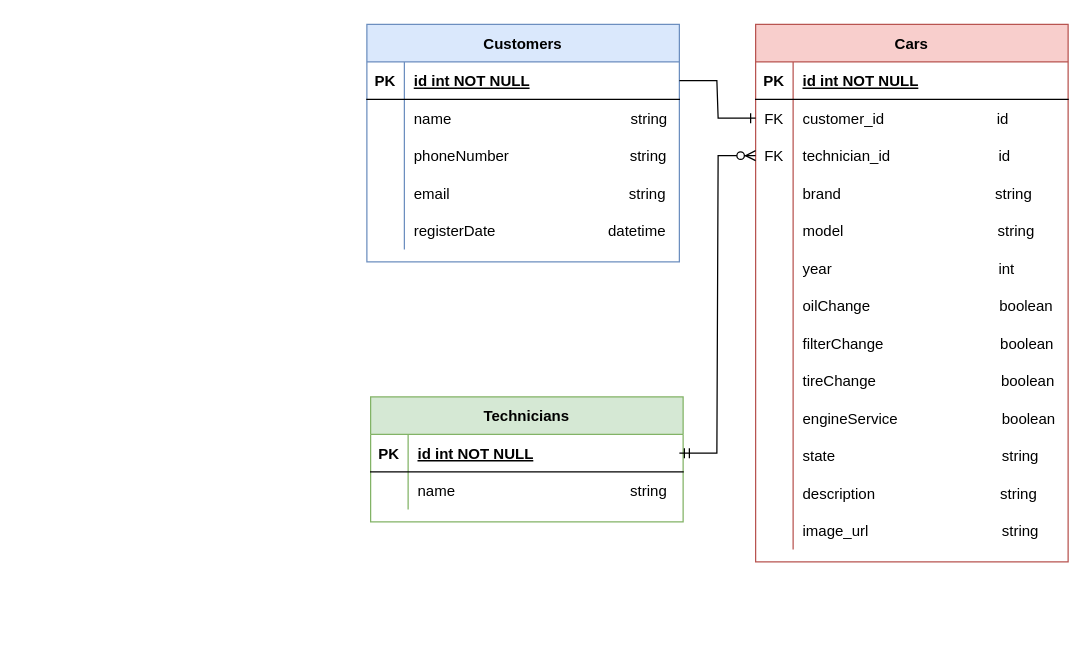
Before: dokumentacia/xsoradj_xlanik_databazovyModel1.drawio in Serginko/xsoradj_xlanik_backend, a draw.io diagram. Source tidied: cells renumbered, new cells numbered last; positions are measured from the earlier drawing's top-left corner, leaving out a move shared by most shapes. Both pictures are drawn from the tidied source at 125%, with x=0, y=0 at pixel (366, 24).
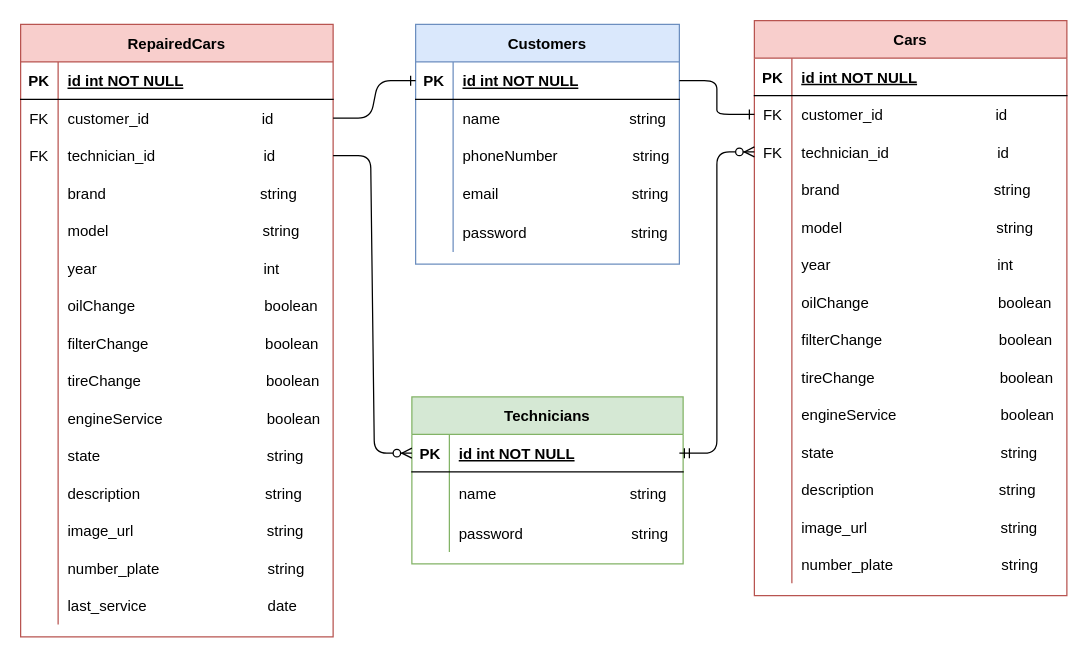
Above is the later version.

Unchanged cells that the change refers to:
```xml
<mxCell id="13" style="shape=partialRectangle;fillColor=none;points=[[0,0.5],[1,0.5]];portConstraint=eastwest;top=0;left=0;right=0;bottom=0;" parent="9" vertex="1">
  <mxGeometry y="60" width="250" height="30" as="geometry" />
</mxCell>
<mxCell id="16" style="shape=partialRectangle;fillColor=none;points=[[0,0.5],[1,0.5]];portConstraint=eastwest;top=0;left=0;right=0;bottom=0;" parent="9" vertex="1">
  <mxGeometry y="90" width="250" height="30" as="geometry" />
</mxCell>
```

What changed in the source:
```diff
@@
     <mxCell id="2" value="Technicians" style="shape=table;startSize=30;childLayout=tableLayout;rowLines=0;fontStyle=1;align=center;fillColor=#d5e8d4;strokeColor=#82b366;" parent="1" vertex="1">
-      <mxGeometry x="3" y="298" width="250" height="100" as="geometry" />
+      <mxGeometry x="36" y="298" width="217" height="133.6" as="geometry" />
     </mxCell>
     <mxCell id="3" style="shape=partialRectangle;fillColor=none;points=[[0,0.5],[1,0.5]];portConstraint=eastwest;top=0;left=0;right=0;bottom=1;" parent="2" vertex="1">
-      <mxGeometry y="30" width="250" height="30" as="geometry" />
+      <mxGeometry y="30" width="217" height="30" as="geometry" />
     </mxCell>
@@
     <mxCell id="5" value="id int NOT NULL " style="shape=partialRectangle;overflow=hidden;fillColor=none;top=0;left=0;bottom=0;right=0;align=left;spacingLeft=6;fontStyle=5;" parent="3" vertex="1">
-      <mxGeometry x="30" width="220" height="30" as="geometry" />
+      <mxGeometry x="30" width="187" height="30" as="geometry" />
     </mxCell>
     <mxCell id="6" style="shape=partialRectangle;fillColor=none;top=0;left=0;right=0;bottom=0;" parent="2" vertex="1">
-      <mxGeometry y="60" width="250" height="30" as="geometry" />
+      <mxGeometry y="60" width="217" height="34" as="geometry" />
     </mxCell>
     <mxCell id="7" style="shape=partialRectangle;overflow=hidden;fillColor=none;top=0;left=0;bottom=0;right=0;" parent="6" vertex="1">
-      <mxGeometry width="30" height="30" as="geometry" />
+      <mxGeometry width="30" height="34" as="geometry" />
     </mxCell>
-    <mxCell id="8" value="name                                          string" style="shape=partialRectangle;overflow=hidden;fillColor=none;top=0;left=0;bottom=0;right=0;align=left;spacingLeft=6;" parent="6" vertex="1">
-      <mxGeometry x="30" width="220" height="30" as="geometry" />
+    <mxCell id="8" value="name                                string" style="shape=partialRectangle;overflow=hidden;fillColor=none;top=0;left=0;bottom=0;right=0;align=left;spacingLeft=6;" parent="6" vertex="1">
+      <mxGeometry x="30" width="187" height="34" as="geometry" />
     </mxCell>
+    <mxCell id="67" style="shape=partialRectangle;fillColor=none;top=0;left=0;right=0;bottom=0;" parent="2" vertex="1">
+      <mxGeometry y="94" width="217" height="30" as="geometry" />
+    </mxCell>
+    <mxCell id="68" style="shape=partialRectangle;overflow=hidden;fillColor=none;top=0;left=0;bottom=0;right=0;" parent="67" vertex="1">
+      <mxGeometry width="30" height="30" as="geometry" />
+    </mxCell>
+    <mxCell id="69" value="password                          string" style="shape=partialRectangle;overflow=hidden;fillColor=none;top=0;left=0;bottom=0;right=0;align=left;spacingLeft=6;" parent="67" vertex="1">
+      <mxGeometry x="30" width="187" height="30" as="geometry" />
+    </mxCell>
     <mxCell id="9" value="Cars" style="shape=table;startSize=30;childLayout=tableLayout;rowLines=0;fontStyle=1;align=center;fillColor=#f8cecc;strokeColor=#b85450;" parent="1" vertex="1">
-      <mxGeometry x="311" width="250" height="430" as="geometry" />
+      <mxGeometry x="310" y="-3" width="250" height="460" as="geometry" />
     </mxCell>
@@
+    <mxCell id="70" style="shape=partialRectangle;fillColor=none;top=0;left=0;right=0;bottom=0;" parent="9" vertex="1">
+      <mxGeometry y="420" width="250" height="30" as="geometry" />
+    </mxCell>
+    <mxCell id="71" style="shape=partialRectangle;overflow=hidden;fillColor=none;top=0;left=0;bottom=0;right=0;" parent="70" vertex="1">
+      <mxGeometry width="30" height="30" as="geometry" />
+    </mxCell>
+    <mxCell id="72" value="number_plate                          string" style="shape=partialRectangle;overflow=hidden;fillColor=none;top=0;left=0;bottom=0;right=0;align=left;spacingLeft=6;" parent="70" vertex="1">
+      <mxGeometry x="30" width="220" height="30" as="geometry" />
+    </mxCell>
     <mxCell id="49" value="Customers" style="shape=table;startSize=30;childLayout=tableLayout;rowLines=0;fontStyle=1;align=center;fillColor=#dae8fc;strokeColor=#6c8ebf;" parent="1" vertex="1">
-      <mxGeometry width="250" height="190" as="geometry" />
+      <mxGeometry x="39" width="211" height="191.8" as="geometry" />
     </mxCell>
     <mxCell id="50" style="shape=partialRectangle;fillColor=none;points=[[0,0.5],[1,0.5]];portConstraint=eastwest;top=0;left=0;right=0;bottom=1;" parent="49" vertex="1">
-      <mxGeometry y="30" width="250" height="30" as="geometry" />
+      <mxGeometry y="30" width="211" height="30" as="geometry" />
     </mxCell>
@@
     <mxCell id="52" value="id int NOT NULL " style="shape=partialRectangle;overflow=hidden;fillColor=none;top=0;left=0;bottom=0;right=0;align=left;spacingLeft=6;fontStyle=5;" parent="50" vertex="1">
-      <mxGeometry x="30" width="220" height="30" as="geometry" />
+      <mxGeometry x="30" width="181" height="30" as="geometry" />
     </mxCell>
     <mxCell id="53" style="shape=partialRectangle;fillColor=none;top=0;left=0;right=0;bottom=0;" parent="49" vertex="1">
-      <mxGeometry y="60" width="250" height="30" as="geometry" />
+      <mxGeometry y="60" width="211" height="30" as="geometry" />
     </mxCell>
@@
-    <mxCell id="55" value="name                                           string" style="shape=partialRectangle;overflow=hidden;fillColor=none;top=0;left=0;bottom=0;right=0;align=left;spacingLeft=6;" parent="53" vertex="1">
-      <mxGeometry x="30" width="220" height="30" as="geometry" />
+    <mxCell id="55" value="name                               string" style="shape=partialRectangle;overflow=hidden;fillColor=none;top=0;left=0;bottom=0;right=0;align=left;spacingLeft=6;" parent="53" vertex="1">
+      <mxGeometry x="30" width="181" height="30" as="geometry" />
     </mxCell>
     <mxCell id="56" style="shape=partialRectangle;fillColor=none;top=0;left=0;right=0;bottom=0;" parent="49" vertex="1">
-      <mxGeometry y="90" width="250" height="30" as="geometry" />
+      <mxGeometry y="90" width="211" height="30" as="geometry" />
     </mxCell>
@@
-    <mxCell id="58" value="phoneNumber                             string" style="shape=partialRectangle;overflow=hidden;fillColor=none;top=0;left=0;bottom=0;right=0;align=left;spacingLeft=6;" parent="56" vertex="1">
-      <mxGeometry x="30" width="220" height="30" as="geometry" />
+    <mxCell id="58" value="phoneNumber                  string" style="shape=partialRectangle;overflow=hidden;fillColor=none;top=0;left=0;bottom=0;right=0;align=left;spacingLeft=6;" parent="56" vertex="1">
+      <mxGeometry x="30" width="181" height="30" as="geometry" />
     </mxCell>
     <mxCell id="59" style="shape=partialRectangle;fillColor=none;top=0;left=0;right=0;bottom=0;" parent="49" vertex="1">
-      <mxGeometry y="120" width="250" height="30" as="geometry" />
+      <mxGeometry y="120" width="211" height="31" as="geometry" />
     </mxCell>
     <mxCell id="60" style="shape=partialRectangle;overflow=hidden;fillColor=none;top=0;left=0;bottom=0;right=0;" parent="59" vertex="1">
-      <mxGeometry width="30" height="30" as="geometry" />
+      <mxGeometry width="30" height="31" as="geometry" />
     </mxCell>
-    <mxCell id="61" value="email                                           string" style="shape=partialRectangle;overflow=hidden;fillColor=none;top=0;left=0;bottom=0;right=0;align=left;spacingLeft=6;" parent="59" vertex="1">
-      <mxGeometry x="30" width="220" height="30" as="geometry" />
+    <mxCell id="61" value="email                                string" style="shape=partialRectangle;overflow=hidden;fillColor=none;top=0;left=0;bottom=0;right=0;align=left;spacingLeft=6;" parent="59" vertex="1">
+      <mxGeometry x="30" width="181" height="31" as="geometry" />
     </mxCell>
-    <mxCell id="62" style="shape=partialRectangle;fillColor=none;top=0;left=0;right=0;bottom=0;" parent="49" vertex="1">
-      <mxGeometry y="150" width="250" height="30" as="geometry" />
-    </mxCell>
-    <mxCell id="63" style="shape=partialRectangle;overflow=hidden;fillColor=none;top=0;left=0;bottom=0;right=0;" parent="62" vertex="1">
-      <mxGeometry width="30" height="30" as="geometry" />
-    </mxCell>
-    <mxCell id="64" value="registerDate                           datetime" style="shape=partialRectangle;overflow=hidden;fillColor=none;top=0;left=0;bottom=0;right=0;align=left;spacingLeft=6;" parent="62" vertex="1">
-      <mxGeometry x="30" width="220" height="30" as="geometry" />
-    </mxCell>
+    <mxCell id="73" style="shape=partialRectangle;fillColor=none;top=0;left=0;right=0;bottom=0;" parent="49" vertex="1">
+      <mxGeometry y="151" width="211" height="31" as="geometry" />
+    </mxCell>
+    <mxCell id="74" style="shape=partialRectangle;overflow=hidden;fillColor=none;top=0;left=0;bottom=0;right=0;" parent="73" vertex="1">
+      <mxGeometry width="30" height="31" as="geometry" />
+    </mxCell>
+    <mxCell id="75" value="password                         string" style="shape=partialRectangle;overflow=hidden;fillColor=none;top=0;left=0;bottom=0;right=0;align=left;spacingLeft=6;" parent="73" vertex="1">
+      <mxGeometry x="30" width="181" height="31" as="geometry" />
+    </mxCell>
-    <mxCell id="65" style="edgeStyle=entityRelationEdgeStyle;fontSize=12;html=1;endArrow=ERzeroToMany;startArrow=ERmandOne;rounded=0;entryX=0;entryY=0.5;entryDx=0;entryDy=0;" parent="1" edge="1" target="16">
+    <mxCell id="65" style="edgeStyle=entityRelationEdgeStyle;fontSize=12;html=1;endArrow=ERzeroToMany;startArrow=ERmandOne;rounded=1;entryX=0;entryY=0.5;entryDx=0;entryDy=0;" parent="1" edge="1" target="16">
       <mxGeometry relative="1" as="geometry">
         <mxPoint x="250" y="343" as="sourcePoint" />
       </mxGeometry>
     </mxCell>
-    <mxCell id="66" style="edgeStyle=entityRelationEdgeStyle;fontSize=12;html=1;endArrow=ERone;endFill=1;rounded=0;entryX=0;entryY=0.5;entryDx=0;entryDy=0;exitX=1;exitY=0.5;exitDx=0;exitDy=0;" parent="1" edge="1" source="50" target="13">
+    <mxCell id="66" style="edgeStyle=entityRelationEdgeStyle;fontSize=12;html=1;endArrow=ERone;endFill=1;rounded=1;entryX=0;entryY=0.5;entryDx=0;entryDy=0;exitX=1;exitY=0.5;exitDx=0;exitDy=0;" parent="1" edge="1" source="50" target="13">
       <mxGeometry relative="1" as="geometry" />
     </mxCell>
+    <mxCell id="76" value="RepairedCars" style="shape=table;startSize=30;childLayout=tableLayout;rowLines=0;fontStyle=1;align=center;fillColor=#f8cecc;strokeColor=#b85450;" parent="1" vertex="1">
+      <mxGeometry x="-277" width="250" height="490" as="geometry" />
+    </mxCell>
+    <mxCell id="77" style="shape=partialRectangle;fillColor=none;top=0;left=0;right=0;bottom=1;" parent="76" vertex="1">
+      <mxGeometry y="30" width="250" height="30" as="geometry" />
+    </mxCell>
+    <mxCell id="78" value="PK" style="shape=partialRectangle;overflow=hidden;fillColor=none;top=0;left=0;bottom=0;right=0;fontStyle=1;" parent="77" vertex="1">
+      <mxGeometry width="30" height="30" as="geometry" />
+    </mxCell>
+    <mxCell id="79" value="id int NOT NULL " style="shape=partialRectangle;overflow=hidden;fillColor=none;top=0;left=0;bottom=0;right=0;align=left;spacingLeft=6;fontStyle=5;" parent="77" vertex="1">
+      <mxGeometry x="30" width="220" height="30" as="geometry" />
+    </mxCell>
+    <mxCell id="80" style="shape=partialRectangle;fillColor=none;points=[[0,0.5],[1,0.5]];portConstraint=eastwest;top=0;left=0;right=0;bottom=0;" parent="76" vertex="1">
+      <mxGeometry y="60" width="250" height="30" as="geometry" />
+    </mxCell>
+    <mxCell id="81" value="FK" style="shape=partialRectangle;overflow=hidden;fillColor=none;top=0;left=0;bottom=0;right=0;" parent="80" vertex="1">
+      <mxGeometry width="30" height="30" as="geometry" />
+    </mxCell>
+    <mxCell id="82" value="customer_id                           id" style="shape=partialRectangle;overflow=hidden;fillColor=none;top=0;left=0;bottom=0;right=0;align=left;spacingLeft=6;" parent="80" vertex="1">
+      <mxGeometry x="30" width="220" height="30" as="geometry" />
+    </mxCell>
+    <mxCell id="83" style="shape=partialRectangle;fillColor=none;points=[[0,0.5],[1,0.5]];portConstraint=eastwest;top=0;left=0;right=0;bottom=0;" parent="76" vertex="1">
+      <mxGeometry y="90" width="250" height="30" as="geometry" />
+    </mxCell>
+    <mxCell id="84" value="FK" style="shape=partialRectangle;overflow=hidden;fillColor=none;top=0;left=0;bottom=0;right=0;" parent="83" vertex="1">
+      <mxGeometry width="30" height="30" as="geometry" />
+    </mxCell>
+    <mxCell id="85" value="technician_id                          id" style="shape=partialRectangle;overflow=hidden;fillColor=none;top=0;left=0;bottom=0;right=0;align=left;spacingLeft=6;" parent="83" vertex="1">
+      <mxGeometry x="30" width="220" height="30" as="geometry" />
+    </mxCell>
+    <mxCell id="86" style="shape=partialRectangle;fillColor=none;top=0;left=0;right=0;bottom=0;" parent="76" vertex="1">
+      <mxGeometry y="120" width="250" height="30" as="geometry" />
+    </mxCell>
+    <mxCell id="87" style="shape=partialRectangle;overflow=hidden;fillColor=none;top=0;left=0;bottom=0;right=0;" parent="86" vertex="1">
+      <mxGeometry width="30" height="30" as="geometry" />
+    </mxCell>
+    <mxCell id="88" value="brand                                     string" style="shape=partialRectangle;overflow=hidden;fillColor=none;top=0;left=0;bottom=0;right=0;align=left;spacingLeft=6;" parent="86" vertex="1">
+      <mxGeometry x="30" width="220" height="30" as="geometry" />
+    </mxCell>
+    <mxCell id="62" style="shape=partialRectangle;fillColor=none;top=0;left=0;right=0;bottom=0;" parent="76" vertex="1">
+      <mxGeometry y="150" width="250" height="30" as="geometry" />
+    </mxCell>
+    <mxCell id="89" style="shape=partialRectangle;overflow=hidden;fillColor=none;top=0;left=0;bottom=0;right=0;" parent="62" vertex="1">
+      <mxGeometry width="30" height="30" as="geometry" />
+    </mxCell>
+    <mxCell id="90" value="model                                     string" style="shape=partialRectangle;overflow=hidden;fillColor=none;top=0;left=0;bottom=0;right=0;align=left;spacingLeft=6;" parent="62" vertex="1">
+      <mxGeometry x="30" width="220" height="30" as="geometry" />
+    </mxCell>
+    <mxCell id="91" style="shape=partialRectangle;fillColor=none;top=0;left=0;right=0;bottom=0;" parent="76" vertex="1">
+      <mxGeometry y="180" width="250" height="30" as="geometry" />
+    </mxCell>
+    <mxCell id="92" style="shape=partialRectangle;overflow=hidden;fillColor=none;top=0;left=0;bottom=0;right=0;" parent="91" vertex="1">
+      <mxGeometry width="30" height="30" as="geometry" />
+    </mxCell>
+    <mxCell id="93" value="year                                        int " style="shape=partialRectangle;overflow=hidden;fillColor=none;top=0;left=0;bottom=0;right=0;align=left;spacingLeft=6;" parent="91" vertex="1">
+      <mxGeometry x="30" width="220" height="30" as="geometry" />
+    </mxCell>
+    <mxCell id="94" style="shape=partialRectangle;fillColor=none;top=0;left=0;right=0;bottom=0;" parent="76" vertex="1">
+      <mxGeometry y="210" width="250" height="30" as="geometry" />
+    </mxCell>
+    <mxCell id="95" style="shape=partialRectangle;overflow=hidden;fillColor=none;top=0;left=0;bottom=0;right=0;" parent="94" vertex="1">
+      <mxGeometry width="30" height="30" as="geometry" />
+    </mxCell>
+    <mxCell id="96" value="oilChange                               boolean" style="shape=partialRectangle;overflow=hidden;fillColor=none;top=0;left=0;bottom=0;right=0;align=left;spacingLeft=6;" parent="94" vertex="1">
+      <mxGeometry x="30" width="220" height="30" as="geometry" />
+    </mxCell>
+    <mxCell id="97" style="shape=partialRectangle;fillColor=none;top=0;left=0;right=0;bottom=0;" parent="76" vertex="1">
+      <mxGeometry y="240" width="250" height="30" as="geometry" />
+    </mxCell>
+    <mxCell id="98" style="shape=partialRectangle;overflow=hidden;fillColor=none;top=0;left=0;bottom=0;right=0;" parent="97" vertex="1">
+      <mxGeometry width="30" height="30" as="geometry" />
+    </mxCell>
+    <mxCell id="99" value="filterChange                            boolean" style="shape=partialRectangle;overflow=hidden;fillColor=none;top=0;left=0;bottom=0;right=0;align=left;spacingLeft=6;" parent="97" vertex="1">
+      <mxGeometry x="30" width="220" height="30" as="geometry" />
+    </mxCell>
+    <mxCell id="100" style="shape=partialRectangle;fillColor=none;top=0;left=0;right=0;bottom=0;" parent="76" vertex="1">
+      <mxGeometry y="270" width="250" height="30" as="geometry" />
+    </mxCell>
+    <mxCell id="101" style="shape=partialRectangle;overflow=hidden;fillColor=none;top=0;left=0;bottom=0;right=0;" parent="100" vertex="1">
+      <mxGeometry width="30" height="30" as="geometry" />
+    </mxCell>
+    <mxCell id="102" value="tireChange                              boolean" style="shape=partialRectangle;overflow=hidden;fillColor=none;top=0;left=0;bottom=0;right=0;align=left;spacingLeft=6;" parent="100" vertex="1">
+      <mxGeometry x="30" width="220" height="30" as="geometry" />
+    </mxCell>
+    <mxCell id="103" style="shape=partialRectangle;fillColor=none;top=0;left=0;right=0;bottom=0;" parent="76" vertex="1">
+      <mxGeometry y="300" width="250" height="30" as="geometry" />
+    </mxCell>
+    <mxCell id="104" style="shape=partialRectangle;overflow=hidden;fillColor=none;top=0;left=0;bottom=0;right=0;" parent="103" vertex="1">
+      <mxGeometry width="30" height="30" as="geometry" />
+    </mxCell>
+    <mxCell id="105" value="engineService                         boolean" style="shape=partialRectangle;overflow=hidden;fillColor=none;top=0;left=0;bottom=0;right=0;align=left;spacingLeft=6;" parent="103" vertex="1">
+      <mxGeometry x="30" width="220" height="30" as="geometry" />
+    </mxCell>
+    <mxCell id="106" style="shape=partialRectangle;fillColor=none;top=0;left=0;right=0;bottom=0;" parent="76" vertex="1">
+      <mxGeometry y="330" width="250" height="30" as="geometry" />
+    </mxCell>
+    <mxCell id="107" style="shape=partialRectangle;overflow=hidden;fillColor=none;top=0;left=0;bottom=0;right=0;" parent="106" vertex="1">
+      <mxGeometry width="30" height="30" as="geometry" />
+    </mxCell>
+    <mxCell id="108" value="state                                        string" style="shape=partialRectangle;overflow=hidden;fillColor=none;top=0;left=0;bottom=0;right=0;align=left;spacingLeft=6;" parent="106" vertex="1">
+      <mxGeometry x="30" width="220" height="30" as="geometry" />
+    </mxCell>
+    <mxCell id="109" style="shape=partialRectangle;fillColor=none;top=0;left=0;right=0;bottom=0;" parent="76" vertex="1">
+      <mxGeometry y="360" width="250" height="30" as="geometry" />
+    </mxCell>
+    <mxCell id="110" style="shape=partialRectangle;overflow=hidden;fillColor=none;top=0;left=0;bottom=0;right=0;" parent="109" vertex="1">
+      <mxGeometry width="30" height="30" as="geometry" />
+    </mxCell>
+    <mxCell id="111" value="description                              string" style="shape=partialRectangle;overflow=hidden;fillColor=none;top=0;left=0;bottom=0;right=0;align=left;spacingLeft=6;" parent="109" vertex="1">
+      <mxGeometry x="30" width="220" height="30" as="geometry" />
+    </mxCell>
+    <mxCell id="112" style="shape=partialRectangle;fillColor=none;top=0;left=0;right=0;bottom=0;" parent="76" vertex="1">
+      <mxGeometry y="390" width="250" height="30" as="geometry" />
+    </mxCell>
+    <mxCell id="113" style="shape=partialRectangle;overflow=hidden;fillColor=none;top=0;left=0;bottom=0;right=0;" parent="112" vertex="1">
+      <mxGeometry width="30" height="30" as="geometry" />
+    </mxCell>
+    <mxCell id="114" value="image_url                                string" style="shape=partialRectangle;overflow=hidden;fillColor=none;top=0;left=0;bottom=0;right=0;align=left;spacingLeft=6;" parent="112" vertex="1">
+      <mxGeometry x="30" width="220" height="30" as="geometry" />
+    </mxCell>
+    <mxCell id="115" style="shape=partialRectangle;fillColor=none;top=0;left=0;right=0;bottom=0;" parent="76" vertex="1">
+      <mxGeometry y="420" width="250" height="30" as="geometry" />
+    </mxCell>
+    <mxCell id="116" style="shape=partialRectangle;overflow=hidden;fillColor=none;top=0;left=0;bottom=0;right=0;" parent="115" vertex="1">
+      <mxGeometry width="30" height="30" as="geometry" />
+    </mxCell>
+    <mxCell id="117" value="number_plate                          string" style="shape=partialRectangle;overflow=hidden;fillColor=none;top=0;left=0;bottom=0;right=0;align=left;spacingLeft=6;" parent="115" vertex="1">
+      <mxGeometry x="30" width="220" height="30" as="geometry" />
+    </mxCell>
+    <mxCell id="118" style="shape=partialRectangle;fillColor=none;top=0;left=0;right=0;bottom=0;" parent="76" vertex="1">
+      <mxGeometry y="450" width="250" height="30" as="geometry" />
+    </mxCell>
+    <mxCell id="119" style="shape=partialRectangle;overflow=hidden;fillColor=none;top=0;left=0;bottom=0;right=0;" parent="118" vertex="1">
+      <mxGeometry width="30" height="30" as="geometry" />
+    </mxCell>
+    <mxCell id="120" value="last_service                             date" style="shape=partialRectangle;overflow=hidden;fillColor=none;top=0;left=0;bottom=0;right=0;align=left;spacingLeft=6;" parent="118" vertex="1">
+      <mxGeometry x="30" width="220" height="30" as="geometry" />
+    </mxCell>
+    <mxCell id="121" style="edgeStyle=entityRelationEdgeStyle;fontSize=12;html=1;endArrow=ERone;endFill=1;rounded=1;exitX=1;exitY=0.5;exitDx=0;exitDy=0;entryX=0;entryY=0.5;entryDx=0;entryDy=0;" parent="1" edge="1" source="80" target="50">
+      <mxGeometry relative="1" as="geometry" />
+    </mxCell>
+    <mxCell id="122" style="edgeStyle=entityRelationEdgeStyle;fontSize=12;html=1;endArrow=ERzeroToMany;endFill=1;rounded=1;exitX=1;exitY=0.5;exitDx=0;exitDy=0;entryX=0;entryY=0.5;entryDx=0;entryDy=0;" parent="1" edge="1" source="83" target="3">
+      <mxGeometry relative="1" as="geometry" />
+    </mxCell>
```
